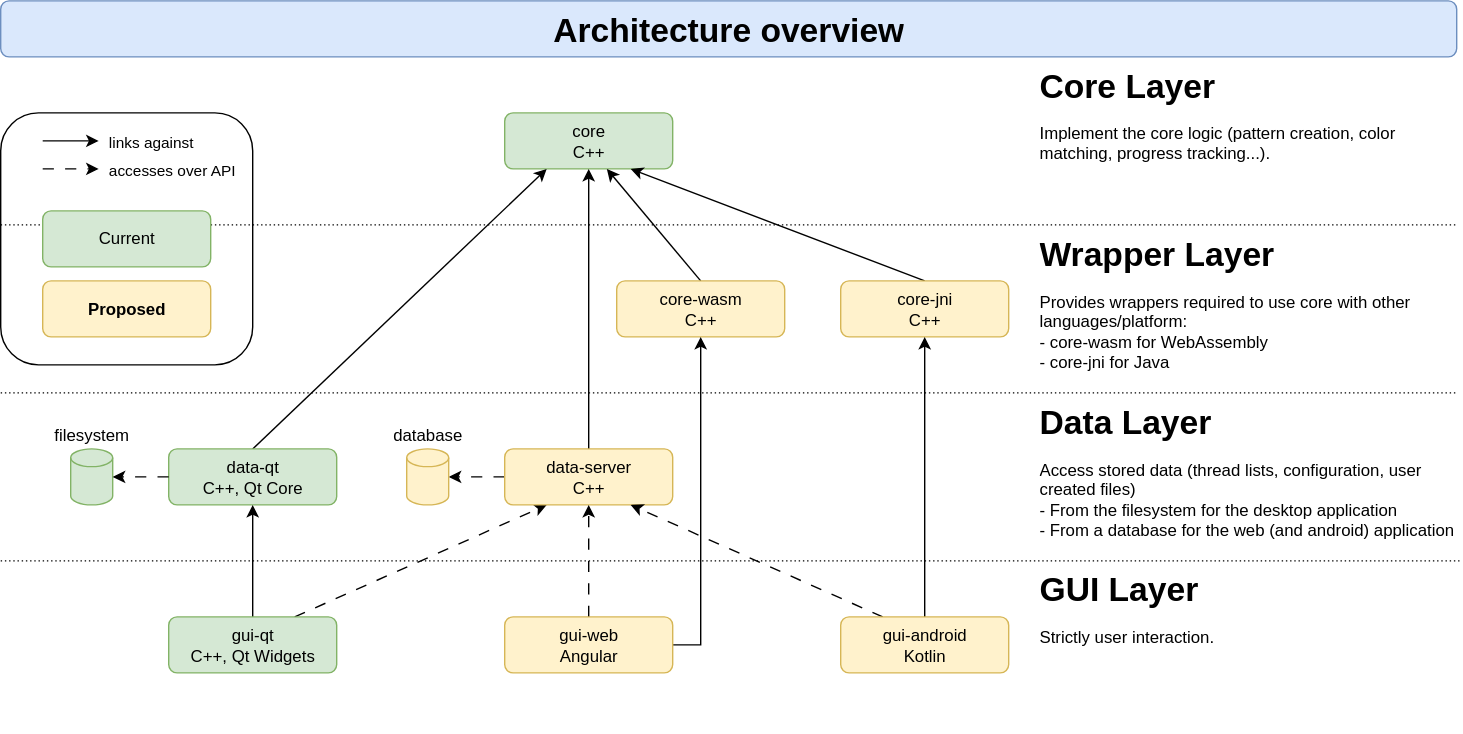
polletfa/Kreuzstich keeps this draw.io diagram as doc/architecture-overview.svg. Above is the earlier version. Source tidied: cells renumbered, new cells last; positions are measured from the earlier drawing's top-left corner, leaving out a move shared by most shapes. Its diagram source:
```xml
<mxGraphModel>
  <root>
    <mxCell id="0" />
    <mxCell id="1" parent="0" />
    <mxCell id="2" style="rounded=1;whiteSpace=wrap;html=1;fillColor=default;" parent="1" vertex="1">
      <mxGeometry y="80" width="180" height="180" as="geometry" />
    </mxCell>
    <mxCell id="3" value="core&lt;div&gt;C++&lt;/div&gt;" style="rounded=1;whiteSpace=wrap;html=1;fillColor=#d5e8d4;strokeColor=#82b366;" parent="1" vertex="1">
      <mxGeometry x="360" y="80" width="120" height="40" as="geometry" />
    </mxCell>
    <mxCell id="4" style="edgeStyle=none;rounded=0;jettySize=auto;html=1;exitX=0.5;exitY=0;exitDx=0;exitDy=0;entryX=0.25;entryY=1;entryDx=0;entryDy=0;" parent="1" edge="1" source="5" target="3">
      <mxGeometry relative="1" as="geometry" />
    </mxCell>
    <mxCell id="5" value="data-qt&lt;div&gt;C++, Qt Core&lt;/div&gt;" style="rounded=1;whiteSpace=wrap;html=1;fillColor=#d5e8d4;strokeColor=#82b366;" parent="1" vertex="1">
      <mxGeometry x="120" y="320" width="120" height="40" as="geometry" />
    </mxCell>
    <mxCell id="6" style="edgeStyle=none;rounded=0;jettySize=auto;html=1;exitX=0.5;exitY=0;exitDx=0;exitDy=0;entryX=0.5;entryY=1;entryDx=0;entryDy=0;" parent="1" edge="1" source="8" target="5">
      <mxGeometry relative="1" as="geometry" />
    </mxCell>
    <mxCell id="7" style="edgeStyle=none;rounded=0;jettySize=auto;html=1;exitX=0.75;exitY=0;exitDx=0;exitDy=0;entryX=0.25;entryY=1;entryDx=0;entryDy=0;dashed=1;dashPattern=8 8;" parent="1" edge="1" source="8" target="13">
      <mxGeometry relative="1" as="geometry" />
    </mxCell>
    <mxCell id="8" value="gui-qt&lt;div&gt;C++, Qt Widgets&lt;/div&gt;" style="rounded=1;whiteSpace=wrap;html=1;fillColor=#d5e8d4;strokeColor=#82b366;" parent="1" vertex="1">
      <mxGeometry x="120" y="440" width="120" height="40" as="geometry" />
    </mxCell>
    <mxCell id="9" style="rounded=0;jettySize=auto;html=1;exitX=0.5;exitY=0;exitDx=0;exitDy=0;entryX=0.608;entryY=1;entryDx=0;entryDy=0;entryPerimeter=0;" parent="1" edge="1" source="10" target="3">
      <mxGeometry relative="1" as="geometry" />
    </mxCell>
    <mxCell id="10" value="core-wasm&lt;div&gt;C++&lt;/div&gt;" style="rounded=1;whiteSpace=wrap;html=1;fillColor=#fff2cc;strokeColor=#d6b656;" parent="1" vertex="1">
      <mxGeometry x="440" y="200" width="120" height="40" as="geometry" />
    </mxCell>
    <mxCell id="11" style="edgeStyle=none;rounded=0;jettySize=auto;html=1;exitX=0.5;exitY=0;exitDx=0;exitDy=0;entryX=0.5;entryY=1;entryDx=0;entryDy=0;" parent="1" edge="1" source="13" target="3">
      <mxGeometry x="0.3" relative="1" as="geometry" />
    </mxCell>
    <mxCell id="12" style="edgeStyle=none;rounded=0;jettySize=auto;html=1;exitX=0;exitY=0.5;exitDx=0;exitDy=0;dashed=1;dashPattern=8 8;" parent="1" edge="1" source="13" target="23">
      <mxGeometry x="0.2" y="10" relative="1" as="geometry" />
    </mxCell>
    <mxCell id="13" value="data-server&lt;div&gt;C++&lt;/div&gt;" style="rounded=1;whiteSpace=wrap;html=1;fillColor=#fff2cc;strokeColor=#d6b656;" parent="1" vertex="1">
      <mxGeometry x="360" y="320" width="120" height="40" as="geometry" />
    </mxCell>
    <mxCell id="14" style="edgeStyle=orthogonalEdgeStyle;rounded=0;jettySize=auto;html=1;exitX=1;exitY=0.5;exitDx=0;exitDy=0;entryX=0.5;entryY=1;entryDx=0;entryDy=0;" parent="1" edge="1" source="16" target="10">
      <mxGeometry x="0.58" relative="1" as="geometry">
        <Array as="points">
          <mxPoint x="500" y="460" />
        </Array>
      </mxGeometry>
    </mxCell>
    <mxCell id="15" style="edgeStyle=none;rounded=0;jettySize=auto;html=1;exitX=0.5;exitY=0;exitDx=0;exitDy=0;entryX=0.5;entryY=1;entryDx=0;entryDy=0;dashed=1;dashPattern=8 8;" parent="1" edge="1" source="16" target="13">
      <mxGeometry relative="1" as="geometry" />
    </mxCell>
    <mxCell id="16" value="gui-web&lt;div&gt;Angular&lt;/div&gt;" style="rounded=1;whiteSpace=wrap;html=1;fillColor=#fff2cc;strokeColor=#d6b656;" parent="1" vertex="1">
      <mxGeometry x="360" y="440" width="120" height="40" as="geometry" />
    </mxCell>
    <mxCell id="17" style="edgeStyle=none;rounded=0;jettySize=auto;html=1;exitX=0.5;exitY=0;exitDx=0;exitDy=0;entryX=0.75;entryY=1;entryDx=0;entryDy=0;" parent="1" edge="1" source="18" target="3">
      <mxGeometry relative="1" as="geometry" />
    </mxCell>
    <mxCell id="18" value="core-jni&lt;div&gt;C++&lt;/div&gt;" style="rounded=1;whiteSpace=wrap;html=1;fillColor=#fff2cc;strokeColor=#d6b656;" parent="1" vertex="1">
      <mxGeometry x="600" y="200" width="120" height="40" as="geometry" />
    </mxCell>
    <mxCell id="19" style="edgeStyle=none;rounded=0;jettySize=auto;html=1;exitX=0.5;exitY=0;exitDx=0;exitDy=0;entryX=0.5;entryY=1;entryDx=0;entryDy=0;" parent="1" edge="1" source="21" target="18">
      <mxGeometry relative="1" as="geometry" />
    </mxCell>
    <mxCell id="20" style="edgeStyle=none;rounded=0;jettySize=auto;html=1;exitX=0.25;exitY=0;exitDx=0;exitDy=0;entryX=0.75;entryY=1;entryDx=0;entryDy=0;dashed=1;dashPattern=8 8;" parent="1" edge="1" source="21" target="13">
      <mxGeometry relative="1" as="geometry" />
    </mxCell>
    <mxCell id="21" value="gui-android&lt;div&gt;Kotlin&lt;/div&gt;" style="rounded=1;whiteSpace=wrap;html=1;fillColor=#fff2cc;strokeColor=#d6b656;" parent="1" vertex="1">
      <mxGeometry x="600" y="440" width="120" height="40" as="geometry" />
    </mxCell>
    <mxCell id="22" value="&lt;div&gt;&lt;span style=&quot;background-color: transparent; color: light-dark(rgb(0, 0, 0), rgb(255, 255, 255));&quot;&gt;filesystem&lt;/span&gt;&lt;/div&gt;&lt;div&gt;&lt;span style=&quot;background-color: transparent; color: light-dark(rgb(0, 0, 0), rgb(255, 255, 255));&quot;&gt;&lt;br&gt;&lt;/span&gt;&lt;/div&gt;&lt;div&gt;&lt;span style=&quot;background-color: transparent; color: light-dark(rgb(0, 0, 0), rgb(255, 255, 255));&quot;&gt;&lt;br&gt;&lt;/span&gt;&lt;/div&gt;&lt;div&gt;&lt;span style=&quot;background-color: transparent; color: light-dark(rgb(0, 0, 0), rgb(255, 255, 255));&quot;&gt;&lt;br&gt;&lt;/span&gt;&lt;/div&gt;&lt;div&gt;&lt;span style=&quot;background-color: transparent; color: light-dark(rgb(0, 0, 0), rgb(255, 255, 255));&quot;&gt;&lt;br&gt;&lt;/span&gt;&lt;/div&gt;&lt;div&gt;&lt;span style=&quot;background-color: transparent; color: light-dark(rgb(0, 0, 0), rgb(255, 255, 255));&quot;&gt;&lt;br&gt;&lt;/span&gt;&lt;/div&gt;" style="shape=cylinder3;whiteSpace=wrap;html=1;boundedLbl=1;backgroundOutline=1;size=6.333333333333343;fillColor=#d5e8d4;strokeColor=#82b366;" parent="1" vertex="1">
      <mxGeometry x="50" y="320" width="30" height="40" as="geometry" />
    </mxCell>
    <mxCell id="23" value="&lt;div&gt;&lt;span style=&quot;background-color: transparent; color: light-dark(rgb(0, 0, 0), rgb(255, 255, 255));&quot;&gt;database&lt;/span&gt;&lt;/div&gt;&lt;div&gt;&lt;span style=&quot;background-color: transparent; color: light-dark(rgb(0, 0, 0), rgb(255, 255, 255));&quot;&gt;&lt;br&gt;&lt;/span&gt;&lt;/div&gt;&lt;div&gt;&lt;span style=&quot;background-color: transparent; color: light-dark(rgb(0, 0, 0), rgb(255, 255, 255));&quot;&gt;&lt;br&gt;&lt;/span&gt;&lt;/div&gt;&lt;div&gt;&lt;span style=&quot;background-color: transparent; color: light-dark(rgb(0, 0, 0), rgb(255, 255, 255));&quot;&gt;&lt;br&gt;&lt;/span&gt;&lt;/div&gt;&lt;div&gt;&lt;span style=&quot;background-color: transparent; color: light-dark(rgb(0, 0, 0), rgb(255, 255, 255));&quot;&gt;&lt;br&gt;&lt;/span&gt;&lt;/div&gt;&lt;div&gt;&lt;span style=&quot;background-color: transparent; color: light-dark(rgb(0, 0, 0), rgb(255, 255, 255));&quot;&gt;&lt;br&gt;&lt;/span&gt;&lt;/div&gt;" style="shape=cylinder3;whiteSpace=wrap;html=1;boundedLbl=1;backgroundOutline=1;size=6.333333333333343;fillColor=#fff2cc;strokeColor=#d6b656;" parent="1" vertex="1">
      <mxGeometry x="290" y="320" width="30" height="40" as="geometry" />
    </mxCell>
    <mxCell id="24" style="edgeStyle=none;rounded=0;jettySize=auto;html=1;exitX=0;exitY=0.5;exitDx=0;exitDy=0;entryX=1;entryY=0.5;entryDx=0;entryDy=0;entryPerimeter=0;dashed=1;dashPattern=8 8;" parent="1" edge="1" source="5" target="22">
      <mxGeometry relative="1" as="geometry" />
    </mxCell>
    <mxCell id="25" style="edgeStyle=none;rounded=0;orthogonalLoop=1;jettySize=auto;html=1;exitX=0.5;exitY=0;exitDx=0;exitDy=0;" parent="1" edge="1">
      <mxGeometry relative="1" as="geometry">
        <mxPoint x="30" y="100" as="sourcePoint" />
        <mxPoint x="70" y="100" as="targetPoint" />
      </mxGeometry>
    </mxCell>
    <mxCell id="26" value="links against" style="edgeLabel;html=1;align=center;verticalAlign=middle;" parent="25" vertex="1">
      <mxGeometry x="0.06" y="-3" relative="1" as="geometry">
        <mxPoint x="54" y="-3" as="offset" />
      </mxGeometry>
    </mxCell>
    <mxCell id="27" style="edgeStyle=none;rounded=0;orthogonalLoop=1;jettySize=auto;html=1;exitX=0.5;exitY=0;exitDx=0;exitDy=0;dashed=1;dashPattern=8 8;" parent="1" edge="1">
      <mxGeometry relative="1" as="geometry">
        <mxPoint x="30" y="120" as="sourcePoint" />
        <mxPoint x="70" y="120" as="targetPoint" />
      </mxGeometry>
    </mxCell>
    <mxCell id="28" value="accesses over API" style="edgeLabel;html=1;align=center;verticalAlign=middle;" parent="27" vertex="1">
      <mxGeometry x="0.06" y="-3" relative="1" as="geometry">
        <mxPoint x="69" y="-3" as="offset" />
      </mxGeometry>
    </mxCell>
    <mxCell id="29" style="endArrow=none;html=1;rounded=0;dashed=1;dashPattern=1 2;" parent="1" edge="1">
      <mxGeometry relative="1" as="geometry">
        <mxPoint y="160" as="sourcePoint" />
        <mxPoint x="1040" y="160" as="targetPoint" />
      </mxGeometry>
    </mxCell>
    <mxCell id="30" style="endArrow=none;html=1;rounded=0;dashed=1;dashPattern=1 2;" parent="1" edge="1">
      <mxGeometry relative="1" as="geometry">
        <mxPoint y="280" as="sourcePoint" />
        <mxPoint x="1040" y="280" as="targetPoint" />
      </mxGeometry>
    </mxCell>
    <mxCell id="31" style="endArrow=none;html=1;rounded=0;dashed=1;dashPattern=1 2;" parent="1" edge="1">
      <mxGeometry relative="1" as="geometry">
        <mxPoint y="400" as="sourcePoint" />
        <mxPoint x="1042.6" y="400" as="targetPoint" />
      </mxGeometry>
    </mxCell>
    <mxCell id="32" value="&lt;h1 style=&quot;margin-top: 0px; margin-bottom: 0px;&quot;&gt;&lt;font&gt;Core Layer&lt;/font&gt;&lt;/h1&gt;&lt;p&gt;Implement the core logic (pattern creation, color matching, progress tracking...).&lt;/p&gt;" style="text;html=1;whiteSpace=wrap;overflow=hidden;rounded=0;" parent="1" vertex="1">
      <mxGeometry x="740" y="40" width="300" height="120" as="geometry" />
    </mxCell>
    <mxCell id="33" value="&lt;h1 style=&quot;margin-top: 0px; margin-bottom: 0px;&quot;&gt;&lt;font&gt;Wrapper Layer&lt;/font&gt;&lt;/h1&gt;&lt;p&gt;Provides wrappers required to use core with other languages/platform:&lt;br&gt;- core-wasm for WebAssembly&lt;br&gt;- core-jni for Java&lt;/p&gt;" style="text;html=1;whiteSpace=wrap;overflow=hidden;rounded=0;" parent="1" vertex="1">
      <mxGeometry x="740" y="160" width="300" height="120" as="geometry" />
    </mxCell>
    <mxCell id="34" value="&lt;h1 style=&quot;margin-top: 0px; margin-bottom: 0px;&quot;&gt;&lt;font&gt;Data Layer&lt;/font&gt;&lt;/h1&gt;&lt;p&gt;Access stored data (thread lists, configuration, user created files)&lt;br&gt;- From the filesystem for the desktop application&lt;br&gt;- From a database for the web (and android) application&lt;/p&gt;" style="text;html=1;whiteSpace=wrap;overflow=hidden;rounded=0;" parent="1" vertex="1">
      <mxGeometry x="740" y="280" width="300" height="120" as="geometry" />
    </mxCell>
    <mxCell id="35" value="&lt;h1 style=&quot;margin-top: 0px; margin-bottom: 0px;&quot;&gt;&lt;font&gt;GUI Layer&lt;/font&gt;&lt;/h1&gt;&lt;p&gt;Strictly user interaction.&lt;/p&gt;" style="text;html=1;whiteSpace=wrap;overflow=hidden;rounded=0;" parent="1" vertex="1">
      <mxGeometry x="740" y="400" width="300" height="120" as="geometry" />
    </mxCell>
    <mxCell id="36" value="Current" style="rounded=1;whiteSpace=wrap;html=1;fillColor=#d5e8d4;strokeColor=#82b366;" parent="1" vertex="1">
      <mxGeometry x="30" y="150" width="120" height="40" as="geometry" />
    </mxCell>
    <mxCell id="37" value="&lt;b&gt;Proposed&lt;/b&gt;" style="rounded=1;whiteSpace=wrap;html=1;fillColor=#fff2cc;strokeColor=#d6b656;" parent="1" vertex="1">
      <mxGeometry x="30" y="200" width="120" height="40" as="geometry" />
    </mxCell>
    <mxCell id="38" value="&lt;h1 style=&quot;margin-top: 0px;&quot;&gt;Architecture overview&lt;/h1&gt;" style="text;html=1;whiteSpace=wrap;overflow=hidden;rounded=1;strokeColor=#6c8ebf;align=center;fillColor=#dae8fc;" parent="1" vertex="1">
      <mxGeometry width="1040" height="40" as="geometry" />
    </mxCell>
  </root>
</mxGraphModel>
```
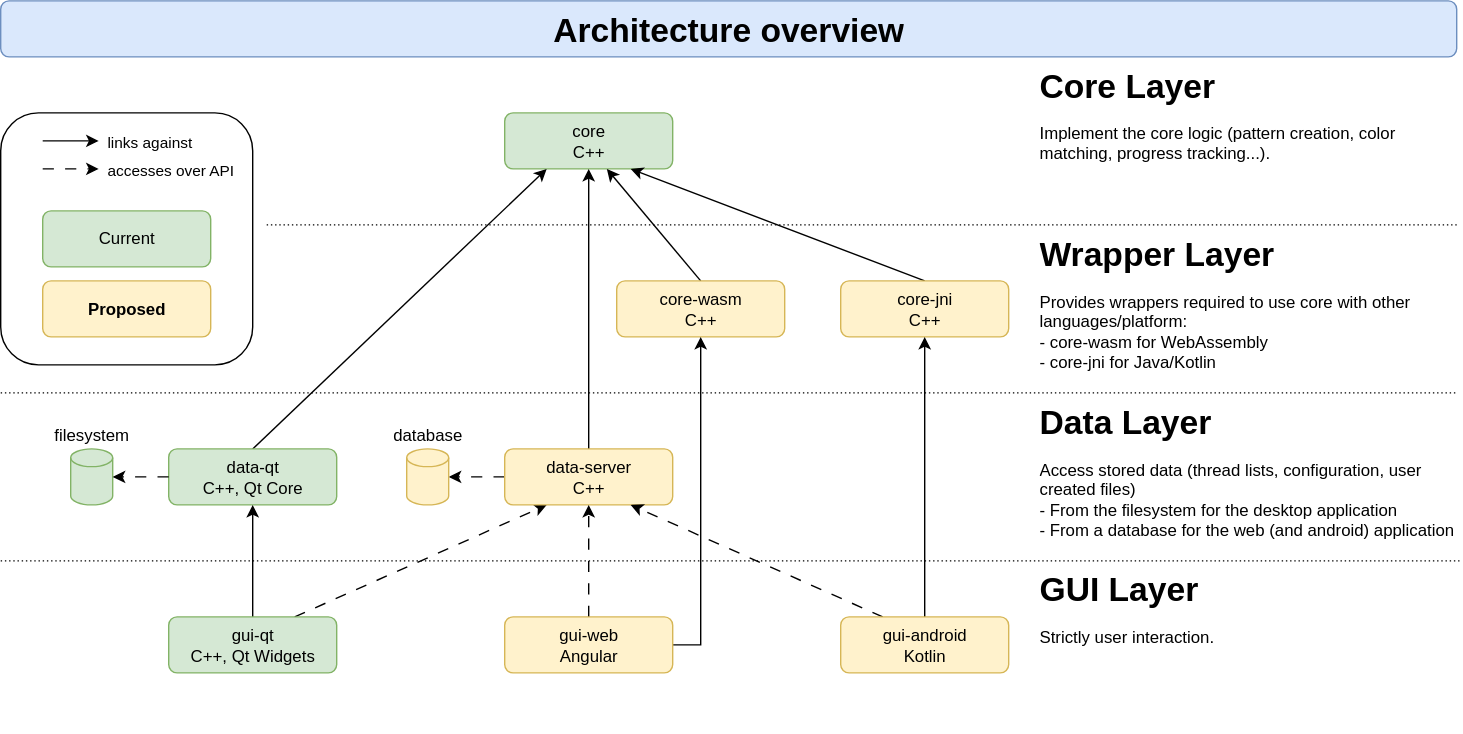
Later version of the same file.

Commit message:
minor change architecture diagram

Change to the diagram source:
```diff
@@ -99,7 +99,7 @@
     </mxCell>
     <mxCell id="29" style="endArrow=none;html=1;rounded=0;dashed=1;dashPattern=1 2;" parent="1" edge="1">
       <mxGeometry relative="1" as="geometry">
-        <mxPoint y="160" as="sourcePoint" />
+        <mxPoint x="190" y="160" as="sourcePoint" />
         <mxPoint x="1040" y="160" as="targetPoint" />
       </mxGeometry>
     </mxCell>
@@ -118,7 +118,7 @@
     <mxCell id="32" value="&lt;h1 style=&quot;margin-top: 0px; margin-bottom: 0px;&quot;&gt;&lt;font&gt;Core Layer&lt;/font&gt;&lt;/h1&gt;&lt;p&gt;Implement the core logic (pattern creation, color matching, progress tracking...).&lt;/p&gt;" style="text;html=1;whiteSpace=wrap;overflow=hidden;rounded=0;" parent="1" vertex="1">
       <mxGeometry x="740" y="40" width="300" height="120" as="geometry" />
     </mxCell>
-    <mxCell id="33" value="&lt;h1 style=&quot;margin-top: 0px; margin-bottom: 0px;&quot;&gt;&lt;font&gt;Wrapper Layer&lt;/font&gt;&lt;/h1&gt;&lt;p&gt;Provides wrappers required to use core with other languages/platform:&lt;br&gt;- core-wasm for WebAssembly&lt;br&gt;- core-jni for Java&lt;/p&gt;" style="text;html=1;whiteSpace=wrap;overflow=hidden;rounded=0;" parent="1" vertex="1">
+    <mxCell id="33" value="&lt;h1 style=&quot;margin-top: 0px; margin-bottom: 0px;&quot;&gt;&lt;font&gt;Wrapper Layer&lt;/font&gt;&lt;/h1&gt;&lt;p&gt;Provides wrappers required to use core with other languages/platform:&lt;br&gt;- core-wasm for WebAssembly&lt;br&gt;- core-jni for Java/Kotlin&lt;/p&gt;" style="text;html=1;whiteSpace=wrap;overflow=hidden;rounded=0;" parent="1" vertex="1">
       <mxGeometry x="740" y="160" width="300" height="120" as="geometry" />
     </mxCell>
     <mxCell id="34" value="&lt;h1 style=&quot;margin-top: 0px; margin-bottom: 0px;&quot;&gt;&lt;font&gt;Data Layer&lt;/font&gt;&lt;/h1&gt;&lt;p&gt;Access stored data (thread lists, configuration, user created files)&lt;br&gt;- From the filesystem for the desktop application&lt;br&gt;- From a database for the web (and android) application&lt;/p&gt;" style="text;html=1;whiteSpace=wrap;overflow=hidden;rounded=0;" parent="1" vertex="1">
```
